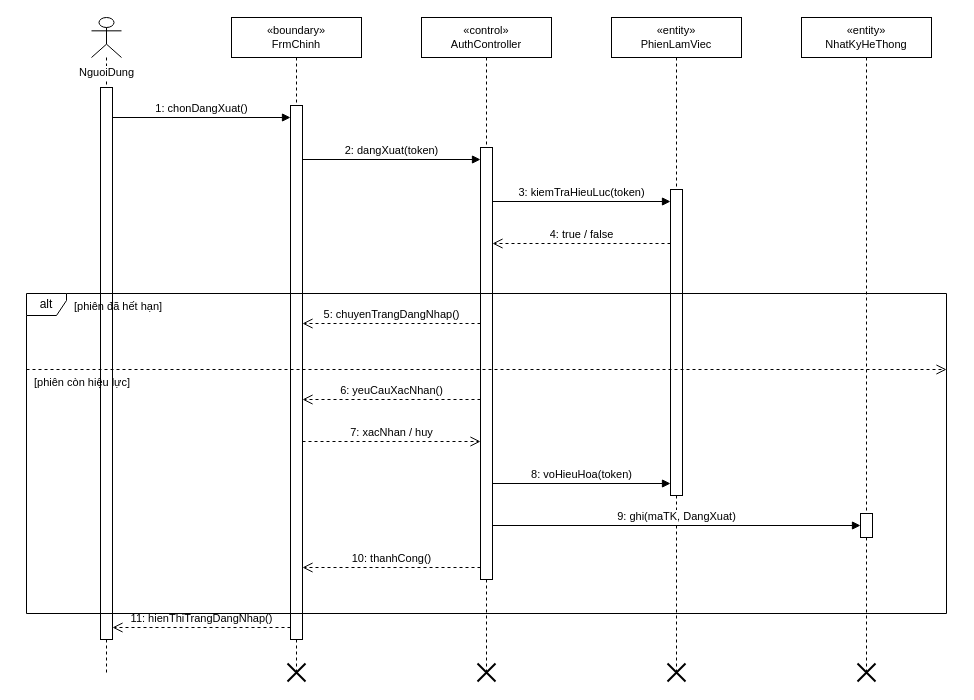
The draw.io diagram docs/diagrams/03_TuanTu/UC_GD_002_Sequence_DangXuat.drawio in TranThienNhan8279/GreenDash, before the edit. Source tidied: cells renumbered, new cells numbered last; positions are measured from the earlier drawing's top-left corner, leaving out a move shared by most shapes. Both pictures are drawn from the tidied source at 100%, with x=0, y=0 at pixel (26, 17).
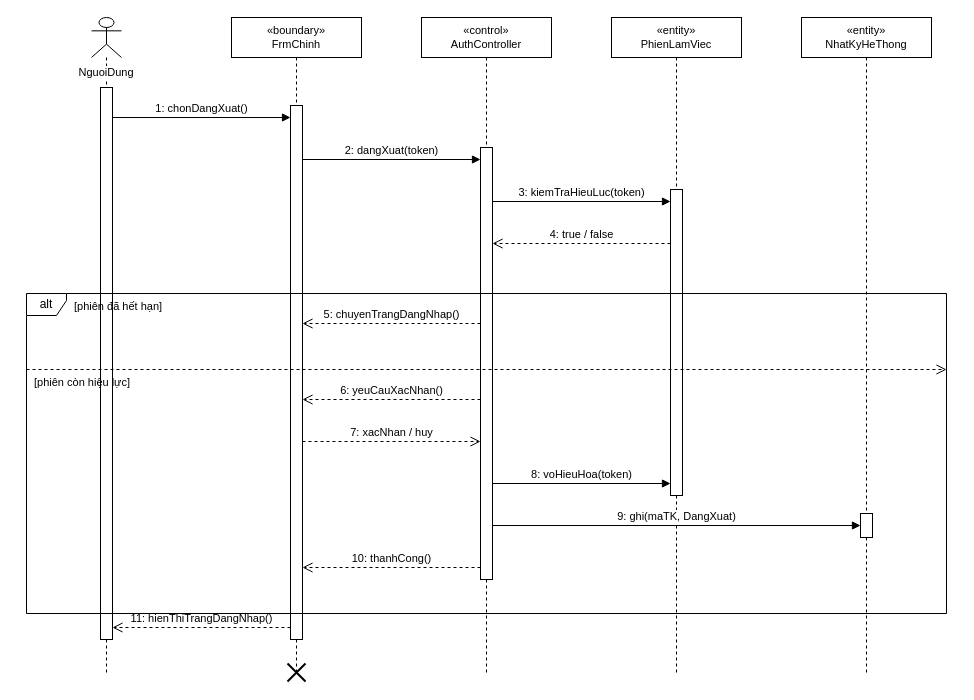
The same page after the edit.

Diff of the diagram source:
```diff
@@
-    <mxCell id="2" value="NguoiDung" style="shape=umlLifeline;participant=umlActor;verticalAlign=top;spacingTop=42;labelBackgroundColor=#ffffff;perimeter=lifelinePerimeter;whiteSpace=nowrap;html=1;fontSize=11;" parent="1" vertex="1">
+    <mxCell id="2" value="NguoiDung" style="shape=umlLifeline;participant=umlActor;verticalAlign=top;spacingTop=42;labelBackgroundColor=#ffffff;perimeter=lifelinePerimeter;whiteSpace=wrap;html=1;fontSize=11;" parent="1" vertex="1">
       <mxGeometry x="65" width="30" height="655" as="geometry" />
     </mxCell>
@@
-    <mxCell id="11" style="shape=umlDestroy;html=1;strokeWidth=2;strokeColor=#000000;" parent="1" vertex="1">
-      <mxGeometry x="451" y="646" width="18" height="18" as="geometry" />
-    </mxCell>
@@
-    <mxCell id="13" style="shape=umlDestroy;html=1;strokeWidth=2;strokeColor=#000000;" parent="1" vertex="1">
-      <mxGeometry x="641" y="646" width="18" height="18" as="geometry" />
-    </mxCell>
@@
-    <mxCell id="15" style="shape=umlDestroy;html=1;strokeWidth=2;strokeColor=#000000;" parent="1" vertex="1">
-      <mxGeometry x="831" y="646" width="18" height="18" as="geometry" />
-    </mxCell>
```
